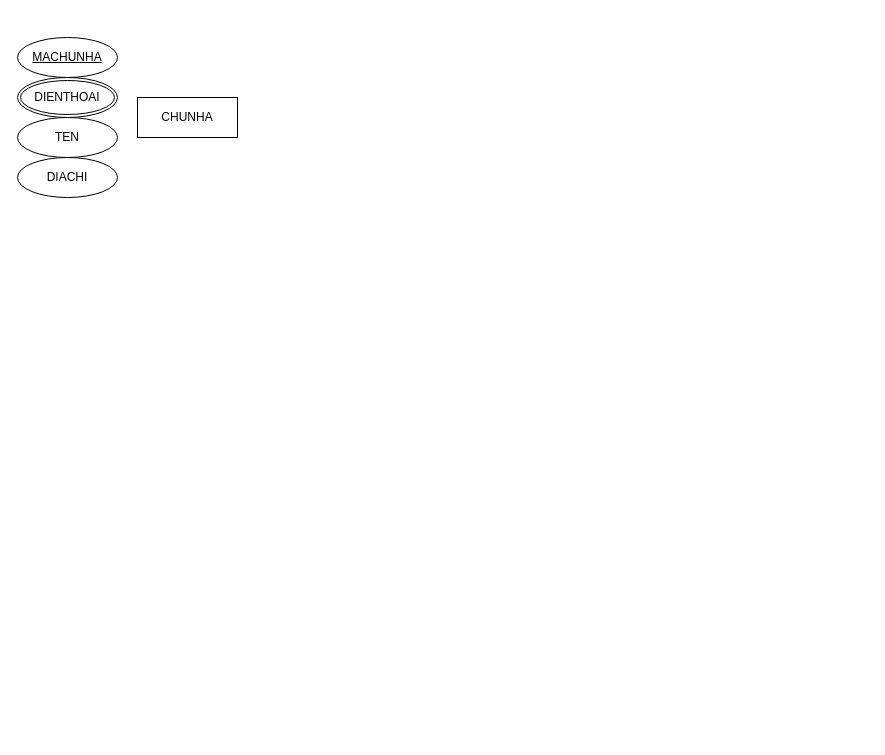
Before: Untitled Diagram.drawio in tu-leminh/Socket, a draw.io diagram. Source tidied: cells renumbered, new cells numbered last; positions are measured from the earlier drawing's top-left corner, leaving out a move shared by most shapes. Both pictures are drawn from the tidied source at 100%, with x=0, y=0 at pixel (17, 37).
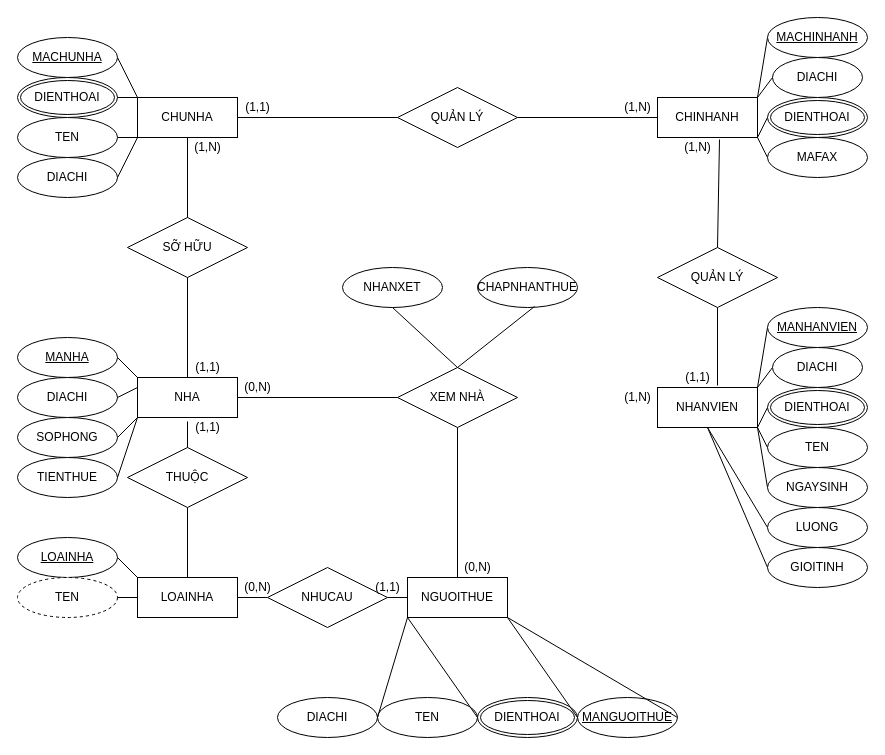
The same page after the edit.

Unchanged cells that the change refers to:
```xml
<mxCell id="2" value="&lt;div&gt;CHUNHA&lt;/div&gt;" style="whiteSpace=wrap;html=1;align=center;" parent="1" vertex="1">
  <mxGeometry x="120" y="60" width="100" height="40" as="geometry" />
</mxCell>
<mxCell id="3" value="MACHUNHA" style="ellipse;whiteSpace=wrap;html=1;align=center;fontStyle=4;" parent="1" vertex="1">
  <mxGeometry width="100" height="40" as="geometry" />
</mxCell>
<mxCell id="4" value="DIACHI" style="ellipse;whiteSpace=wrap;html=1;align=center;" parent="1" vertex="1">
  <mxGeometry y="120" width="100" height="40" as="geometry" />
</mxCell>
<mxCell id="5" value="TEN" style="ellipse;whiteSpace=wrap;html=1;align=center;" parent="1" vertex="1">
  <mxGeometry y="80" width="100" height="40" as="geometry" />
</mxCell>
<mxCell id="6" value="&lt;div&gt;DIENTHOAI&lt;/div&gt;" style="ellipse;shape=doubleEllipse;margin=3;whiteSpace=wrap;html=1;align=center;" parent="1" vertex="1">
  <mxGeometry y="40" width="100" height="40" as="geometry" />
</mxCell>
```

What changed in the source:
```diff
@@
+    <mxCell id="7" style="endArrow=none;html=1;rounded=0;exitX=1;exitY=0.5;exitDx=0;exitDy=0;entryX=0;entryY=0;entryDx=0;entryDy=0;" parent="1" edge="1" source="3" target="2">
+      <mxGeometry relative="1" as="geometry" />
+    </mxCell>
+    <mxCell id="8" style="endArrow=none;html=1;rounded=0;exitX=1;exitY=0.5;exitDx=0;exitDy=0;" parent="1" edge="1" source="4">
+      <mxGeometry relative="1" as="geometry">
+        <mxPoint x="120" y="100" as="targetPoint" />
+      </mxGeometry>
+    </mxCell>
+    <mxCell id="9" style="endArrow=none;html=1;rounded=0;exitX=1;exitY=0.5;exitDx=0;exitDy=0;entryX=0;entryY=1;entryDx=0;entryDy=0;" parent="1" edge="1" source="5" target="2">
+      <mxGeometry relative="1" as="geometry" />
+    </mxCell>
+    <mxCell id="10" style="endArrow=none;html=1;rounded=0;exitX=1;exitY=0.5;exitDx=0;exitDy=0;entryX=0;entryY=0;entryDx=0;entryDy=0;" parent="1" edge="1" source="6" target="2">
+      <mxGeometry relative="1" as="geometry" />
+    </mxCell>
+    <mxCell id="11" value="NHA" style="whiteSpace=wrap;html=1;align=center;" parent="1" vertex="1">
+      <mxGeometry x="120" y="340" width="100" height="40" as="geometry" />
+    </mxCell>
+    <mxCell id="12" value="MANHA" style="ellipse;whiteSpace=wrap;html=1;align=center;fontStyle=4;" parent="1" vertex="1">
+      <mxGeometry y="300" width="100" height="40" as="geometry" />
+    </mxCell>
+    <mxCell id="13" value="DIACHI" style="ellipse;whiteSpace=wrap;html=1;align=center;" parent="1" vertex="1">
+      <mxGeometry y="340" width="100" height="40" as="geometry" />
+    </mxCell>
+    <mxCell id="14" value="SOPHONG" style="ellipse;whiteSpace=wrap;html=1;align=center;" parent="1" vertex="1">
+      <mxGeometry y="380" width="100" height="40" as="geometry" />
+    </mxCell>
+    <mxCell id="15" value="&lt;div&gt;TIENTHUE&lt;/div&gt;" style="ellipse;whiteSpace=wrap;html=1;align=center;" parent="1" vertex="1">
+      <mxGeometry y="420" width="100" height="40" as="geometry" />
+    </mxCell>
+    <mxCell id="16" style="endArrow=none;html=1;rounded=0;exitX=1;exitY=0.5;exitDx=0;exitDy=0;entryX=0;entryY=1;entryDx=0;entryDy=0;" parent="1" edge="1" source="15" target="11">
+      <mxGeometry relative="1" as="geometry" />
+    </mxCell>
+    <mxCell id="17" style="endArrow=none;html=1;rounded=0;exitX=1;exitY=0.5;exitDx=0;exitDy=0;entryX=0;entryY=1;entryDx=0;entryDy=0;" parent="1" edge="1" source="14" target="11">
+      <mxGeometry relative="1" as="geometry" />
+    </mxCell>
+    <mxCell id="18" style="endArrow=none;html=1;rounded=0;exitX=1;exitY=0.5;exitDx=0;exitDy=0;entryX=0;entryY=0.25;entryDx=0;entryDy=0;" parent="1" edge="1" source="13" target="11">
+      <mxGeometry relative="1" as="geometry" />
+    </mxCell>
+    <mxCell id="19" style="endArrow=none;html=1;rounded=0;exitX=1;exitY=0.5;exitDx=0;exitDy=0;entryX=0;entryY=0;entryDx=0;entryDy=0;" parent="1" edge="1" source="12" target="11">
+      <mxGeometry relative="1" as="geometry" />
+    </mxCell>
+    <mxCell id="20" value="SỠ HỮU" style="shape=rhombus;perimeter=rhombusPerimeter;whiteSpace=wrap;html=1;align=center;" parent="1" vertex="1">
+      <mxGeometry x="110" y="180" width="120" height="60" as="geometry" />
+    </mxCell>
+    <mxCell id="21" style="endArrow=none;html=1;rounded=0;exitX=0.5;exitY=0;exitDx=0;exitDy=0;entryX=0.5;entryY=1;entryDx=0;entryDy=0;" parent="1" edge="1" source="20" target="2">
+      <mxGeometry relative="1" as="geometry" />
+    </mxCell>
+    <mxCell id="22" value="&lt;div&gt;(1,N)&lt;/div&gt;" style="text;html=1;align=center;verticalAlign=middle;strokeColor=none;" parent="1" vertex="1">
+      <mxGeometry x="170" y="100" width="40" height="20" as="geometry" />
+    </mxCell>
+    <mxCell id="23" style="endArrow=none;html=1;rounded=0;exitX=0.5;exitY=1;exitDx=0;exitDy=0;" parent="1" edge="1" source="20" target="11">
+      <mxGeometry relative="1" as="geometry" />
+    </mxCell>
+    <mxCell id="24" value="&lt;div&gt;(1,1)&lt;/div&gt;" style="text;html=1;align=center;verticalAlign=middle;strokeColor=none;" parent="1" vertex="1">
+      <mxGeometry x="170" y="320" width="40" height="20" as="geometry" />
+    </mxCell>
+    <mxCell id="25" style="endArrow=none;html=1;rounded=0;exitX=1;exitY=0.5;exitDx=0;exitDy=0;entryX=0;entryY=0;entryDx=0;entryDy=0;" parent="1" edge="1" source="33" target="29">
+      <mxGeometry relative="1" as="geometry" />
+    </mxCell>
+    <mxCell id="26" style="endArrow=none;html=1;rounded=0;exitX=1;exitY=0.5;exitDx=0;exitDy=0;entryX=0;entryY=1;entryDx=0;entryDy=0;" parent="1" edge="1" source="32" target="29">
+      <mxGeometry relative="1" as="geometry" />
+    </mxCell>
+    <mxCell id="27" style="endArrow=none;html=1;rounded=0;exitX=1;exitY=0.5;exitDx=0;exitDy=0;entryX=0;entryY=0;entryDx=0;entryDy=0;" parent="1" edge="1" source="31" target="29">
+      <mxGeometry relative="1" as="geometry" />
+    </mxCell>
+    <mxCell id="28" style="endArrow=none;html=1;rounded=0;exitX=1;exitY=0.5;exitDx=0;exitDy=0;entryX=0;entryY=1;entryDx=0;entryDy=0;" parent="1" edge="1" source="30" target="29">
+      <mxGeometry relative="1" as="geometry" />
+    </mxCell>
+    <mxCell id="29" value="CHINHANH" style="whiteSpace=wrap;html=1;align=center;direction=west;" parent="1" vertex="1">
+      <mxGeometry x="640" y="60" width="100" height="40" as="geometry" />
+    </mxCell>
+    <mxCell id="30" value="MACHINHANH" style="ellipse;whiteSpace=wrap;html=1;align=center;fontStyle=4;direction=west;" parent="1" vertex="1">
+      <mxGeometry x="750" y="-20" width="100" height="40" as="geometry" />
+    </mxCell>
+    <mxCell id="31" value="&lt;div&gt;DIENTHOAI&lt;/div&gt;" style="ellipse;shape=doubleEllipse;margin=3;whiteSpace=wrap;html=1;align=center;direction=west;" parent="1" vertex="1">
+      <mxGeometry x="750" y="60" width="100" height="40" as="geometry" />
+    </mxCell>
+    <mxCell id="32" value="&lt;div&gt;DIACHI&lt;/div&gt;" style="ellipse;whiteSpace=wrap;html=1;align=center;direction=west;" parent="1" vertex="1">
+      <mxGeometry x="755" y="20" width="90" height="40" as="geometry" />
+    </mxCell>
+    <mxCell id="33" value="MAFAX" style="ellipse;whiteSpace=wrap;html=1;align=center;direction=west;" parent="1" vertex="1">
+      <mxGeometry x="750" y="100" width="100" height="40" as="geometry" />
+    </mxCell>
+    <mxCell id="34" value="QUẢN LÝ" style="shape=rhombus;perimeter=rhombusPerimeter;whiteSpace=wrap;html=1;align=center;" parent="1" vertex="1">
+      <mxGeometry x="380" y="50" width="120" height="60" as="geometry" />
+    </mxCell>
+    <mxCell id="35" style="endArrow=none;html=1;rounded=0;exitX=1;exitY=0.5;exitDx=0;exitDy=0;" parent="1" edge="1" source="2" target="34">
+      <mxGeometry relative="1" as="geometry" />
+    </mxCell>
+    <mxCell id="36" style="endArrow=none;html=1;rounded=0;exitX=1;exitY=0.5;exitDx=0;exitDy=0;" parent="1" edge="1" source="34" target="29">
+      <mxGeometry relative="1" as="geometry" />
+    </mxCell>
+    <mxCell id="37" value="(1,1)" style="text;html=1;align=center;verticalAlign=middle;strokeColor=none;" parent="1" vertex="1">
+      <mxGeometry x="220" y="60" width="40" height="20" as="geometry" />
+    </mxCell>
+    <mxCell id="38" value="(1,N)" style="text;html=1;align=center;verticalAlign=middle;strokeColor=none;" parent="1" vertex="1">
+      <mxGeometry x="600" y="60" width="40" height="20" as="geometry" />
+    </mxCell>
+    <mxCell id="39" style="endArrow=none;html=1;rounded=0;exitX=1;exitY=0.5;exitDx=0;exitDy=0;entryX=0;entryY=0;entryDx=0;entryDy=0;" parent="1" edge="1" source="47" target="43">
+      <mxGeometry relative="1" as="geometry" />
+    </mxCell>
+    <mxCell id="40" style="endArrow=none;html=1;rounded=0;exitX=1;exitY=0.5;exitDx=0;exitDy=0;entryX=0;entryY=1;entryDx=0;entryDy=0;" parent="1" edge="1" source="46" target="43">
+      <mxGeometry relative="1" as="geometry" />
+    </mxCell>
+    <mxCell id="41" style="endArrow=none;html=1;rounded=0;exitX=1;exitY=0.5;exitDx=0;exitDy=0;entryX=0;entryY=0;entryDx=0;entryDy=0;" parent="1" edge="1" source="45" target="43">
+      <mxGeometry relative="1" as="geometry" />
+    </mxCell>
+    <mxCell id="42" style="endArrow=none;html=1;rounded=0;exitX=1;exitY=0.5;exitDx=0;exitDy=0;entryX=0;entryY=1;entryDx=0;entryDy=0;" parent="1" edge="1" source="44" target="43">
+      <mxGeometry relative="1" as="geometry" />
+    </mxCell>
+    <mxCell id="43" value="NHANVIEN" style="whiteSpace=wrap;html=1;align=center;direction=west;" parent="1" vertex="1">
+      <mxGeometry x="640" y="350" width="100" height="40" as="geometry" />
+    </mxCell>
+    <mxCell id="44" value="MANHANVIEN" style="ellipse;whiteSpace=wrap;html=1;align=center;fontStyle=4;direction=west;" parent="1" vertex="1">
+      <mxGeometry x="750" y="270" width="100" height="40" as="geometry" />
+    </mxCell>
+    <mxCell id="45" value="&lt;div&gt;DIENTHOAI&lt;/div&gt;" style="ellipse;shape=doubleEllipse;margin=3;whiteSpace=wrap;html=1;align=center;direction=west;" parent="1" vertex="1">
+      <mxGeometry x="750" y="350" width="100" height="40" as="geometry" />
+    </mxCell>
+    <mxCell id="46" value="&lt;div&gt;DIACHI&lt;/div&gt;" style="ellipse;whiteSpace=wrap;html=1;align=center;direction=west;" parent="1" vertex="1">
+      <mxGeometry x="755" y="310" width="90" height="40" as="geometry" />
+    </mxCell>
+    <mxCell id="47" value="TEN" style="ellipse;whiteSpace=wrap;html=1;align=center;direction=west;" parent="1" vertex="1">
+      <mxGeometry x="750" y="390" width="100" height="40" as="geometry" />
+    </mxCell>
+    <mxCell id="48" value="(1,N)" style="text;html=1;align=center;verticalAlign=middle;strokeColor=none;" parent="1" vertex="1">
+      <mxGeometry x="600" y="350" width="40" height="20" as="geometry" />
+    </mxCell>
+    <mxCell id="49" style="endArrow=none;html=1;rounded=0;exitX=1;exitY=0.5;exitDx=0;exitDy=0;entryX=0;entryY=0;entryDx=0;entryDy=0;" parent="1" edge="1" source="50" target="43">
+      <mxGeometry relative="1" as="geometry" />
+    </mxCell>
+    <mxCell id="50" value="&lt;div&gt;NGAYSINH&lt;/div&gt;" style="ellipse;whiteSpace=wrap;html=1;align=center;direction=west;" parent="1" vertex="1">
+      <mxGeometry x="750" y="430" width="100" height="40" as="geometry" />
+    </mxCell>
+    <mxCell id="51" style="endArrow=none;html=1;rounded=0;exitX=1;exitY=0.5;exitDx=0;exitDy=0;entryX=0.5;entryY=0;entryDx=0;entryDy=0;" parent="1" edge="1" source="52" target="43">
+      <mxGeometry relative="1" as="geometry" />
+    </mxCell>
+    <mxCell id="52" value="LUONG" style="ellipse;whiteSpace=wrap;html=1;align=center;direction=west;" parent="1" vertex="1">
+      <mxGeometry x="750" y="470" width="100" height="40" as="geometry" />
+    </mxCell>
+    <mxCell id="53" style="endArrow=none;html=1;rounded=0;exitX=1;exitY=0.5;exitDx=0;exitDy=0;" parent="1" edge="1" source="54">
+      <mxGeometry relative="1" as="geometry">
+        <mxPoint x="690" y="390" as="targetPoint" />
+      </mxGeometry>
+    </mxCell>
+    <mxCell id="54" value="GIOITINH" style="ellipse;whiteSpace=wrap;html=1;align=center;direction=west;" parent="1" vertex="1">
+      <mxGeometry x="750" y="510" width="100" height="40" as="geometry" />
+    </mxCell>
+    <mxCell id="55" value="QUẢN LÝ" style="shape=rhombus;perimeter=rhombusPerimeter;whiteSpace=wrap;html=1;align=center;" parent="1" vertex="1">
+      <mxGeometry x="640" y="210" width="120" height="60" as="geometry" />
+    </mxCell>
+    <mxCell id="56" style="endArrow=none;html=1;rounded=0;exitX=0.4;exitY=1.05;exitDx=0;exitDy=0;exitPerimeter=0;" parent="1" edge="1" source="43" target="55">
+      <mxGeometry relative="1" as="geometry" />
+    </mxCell>
+    <mxCell id="57" style="endArrow=none;html=1;rounded=0;exitX=0.5;exitY=0;exitDx=0;exitDy=0;" parent="1" edge="1" source="55">
+      <mxGeometry relative="1" as="geometry">
+        <mxPoint x="702" y="102" as="targetPoint" />
+      </mxGeometry>
+    </mxCell>
+    <mxCell id="58" value="(1,1)" style="text;html=1;align=center;verticalAlign=middle;strokeColor=none;" parent="1" vertex="1">
+      <mxGeometry x="660" y="330" width="40" height="20" as="geometry" />
+    </mxCell>
+    <mxCell id="59" value="(1,N)" style="text;html=1;align=center;verticalAlign=middle;strokeColor=none;" parent="1" vertex="1">
+      <mxGeometry x="660" y="100" width="40" height="20" as="geometry" />
+    </mxCell>
+    <mxCell id="60" value="LOAINHA" style="whiteSpace=wrap;html=1;align=center;" parent="1" vertex="1">
+      <mxGeometry x="120" y="540" width="100" height="40" as="geometry" />
+    </mxCell>
+    <mxCell id="61" value="LOAINHA" style="ellipse;whiteSpace=wrap;html=1;align=center;fontStyle=4;" parent="1" vertex="1">
+      <mxGeometry y="500" width="100" height="40" as="geometry" />
+    </mxCell>
+    <mxCell id="62" style="endArrow=none;html=1;rounded=0;exitX=1;exitY=0.5;exitDx=0;exitDy=0;entryX=0;entryY=0;entryDx=0;entryDy=0;" parent="1" edge="1" source="61">
+      <mxGeometry relative="1" as="geometry">
+        <mxPoint x="120" y="540" as="targetPoint" />
+      </mxGeometry>
+    </mxCell>
+    <mxCell id="63" value="TEN" style="ellipse;whiteSpace=wrap;html=1;align=center;dashed=1;" parent="1" vertex="1">
+      <mxGeometry y="540" width="100" height="40" as="geometry" />
+    </mxCell>
+    <mxCell id="64" style="endArrow=none;html=1;rounded=0;exitX=1;exitY=0.5;exitDx=0;exitDy=0;entryX=0;entryY=0.5;entryDx=0;entryDy=0;" parent="1" edge="1" source="63" target="60">
+      <mxGeometry relative="1" as="geometry" />
+    </mxCell>
+    <mxCell id="65" value="THUỘC" style="shape=rhombus;perimeter=rhombusPerimeter;whiteSpace=wrap;html=1;align=center;" parent="1" vertex="1">
+      <mxGeometry x="110" y="410" width="120" height="60" as="geometry" />
+    </mxCell>
+    <mxCell id="66" style="endArrow=none;html=1;rounded=0;entryX=0;entryY=0.2;entryDx=0;entryDy=0;entryPerimeter=0;" parent="1" edge="1" target="67">
+      <mxGeometry relative="1" as="geometry">
+        <mxPoint x="170" y="410" as="sourcePoint" />
+      </mxGeometry>
+    </mxCell>
+    <mxCell id="67" value="&lt;div&gt;(1,1)&lt;/div&gt;" style="text;html=1;align=center;verticalAlign=middle;points=[];strokeColor=none;" parent="1" vertex="1">
+      <mxGeometry x="170" y="380" width="40" height="20" as="geometry" />
+    </mxCell>
+    <mxCell id="68" style="endArrow=none;html=1;rounded=0;exitX=0.5;exitY=1;exitDx=0;exitDy=0;" parent="1" edge="1" source="65">
+      <mxGeometry relative="1" as="geometry">
+        <mxPoint x="170" y="540" as="targetPoint" />
+      </mxGeometry>
+    </mxCell>
+    <mxCell id="69" value="&lt;div&gt;(0,N)&lt;/div&gt;" style="text;html=1;align=center;verticalAlign=middle;strokeColor=none;" parent="1" vertex="1">
+      <mxGeometry x="440" y="520" width="40" height="20" as="geometry" />
+    </mxCell>
+    <mxCell id="70" value="NGUOITHUE" style="whiteSpace=wrap;html=1;align=center;" parent="1" vertex="1">
+      <mxGeometry x="390" y="540" width="100" height="40" as="geometry" />
+    </mxCell>
+    <mxCell id="71" value="MANGUOITHUE" style="ellipse;whiteSpace=wrap;html=1;align=center;fontStyle=4;" parent="1" vertex="1">
+      <mxGeometry x="560" y="660" width="100" height="40" as="geometry" />
+    </mxCell>
+    <mxCell id="72" value="DIACHI" style="ellipse;whiteSpace=wrap;html=1;align=center;" parent="1" vertex="1">
+      <mxGeometry x="260" y="660" width="100" height="40" as="geometry" />
+    </mxCell>
+    <mxCell id="73" value="TEN" style="ellipse;whiteSpace=wrap;html=1;align=center;" parent="1" vertex="1">
+      <mxGeometry x="360" y="660" width="100" height="40" as="geometry" />
+    </mxCell>
+    <mxCell id="74" value="&lt;div&gt;DIENTHOAI&lt;/div&gt;" style="ellipse;shape=doubleEllipse;margin=3;whiteSpace=wrap;html=1;align=center;" parent="1" vertex="1">
+      <mxGeometry x="460" y="660" width="100" height="40" as="geometry" />
+    </mxCell>
+    <mxCell id="75" style="endArrow=none;html=1;rounded=0;exitX=1;exitY=0.5;exitDx=0;exitDy=0;entryX=1;entryY=1;entryDx=0;entryDy=0;" parent="1" edge="1" source="71" target="70">
+      <mxGeometry relative="1" as="geometry" />
+    </mxCell>
+    <mxCell id="76" style="endArrow=none;html=1;rounded=0;exitX=1;exitY=0.5;exitDx=0;exitDy=0;" parent="1" edge="1" source="72">
+      <mxGeometry relative="1" as="geometry">
+        <mxPoint x="390" y="580" as="targetPoint" />
+      </mxGeometry>
+    </mxCell>
+    <mxCell id="77" style="endArrow=none;html=1;rounded=0;exitX=1;exitY=0.5;exitDx=0;exitDy=0;entryX=0;entryY=1;entryDx=0;entryDy=0;" parent="1" edge="1" source="73" target="70">
+      <mxGeometry relative="1" as="geometry" />
+    </mxCell>
+    <mxCell id="78" style="endArrow=none;html=1;rounded=0;exitX=1;exitY=0.5;exitDx=0;exitDy=0;entryX=1;entryY=1;entryDx=0;entryDy=0;" parent="1" edge="1" source="74" target="70">
+      <mxGeometry relative="1" as="geometry" />
+    </mxCell>
+    <mxCell id="79" value="NHUCAU" style="shape=rhombus;perimeter=rhombusPerimeter;whiteSpace=wrap;html=1;align=center;" parent="1" vertex="1">
+      <mxGeometry x="250" y="530" width="120" height="60" as="geometry" />
+    </mxCell>
+    <mxCell id="80" style="endArrow=none;html=1;rounded=0;exitX=1;exitY=0.5;exitDx=0;exitDy=0;entryX=0;entryY=0.5;entryDx=0;entryDy=0;" parent="1" edge="1" source="60" target="79">
+      <mxGeometry relative="1" as="geometry" />
+    </mxCell>
+    <mxCell id="81" style="endArrow=none;html=1;rounded=0;exitX=1;exitY=0.5;exitDx=0;exitDy=0;entryX=0;entryY=0.5;entryDx=0;entryDy=0;" parent="1" edge="1" source="79" target="70">
+      <mxGeometry relative="1" as="geometry" />
+    </mxCell>
+    <mxCell id="82" value="&lt;div&gt;(1,1)&lt;/div&gt;" style="text;html=1;align=center;verticalAlign=middle;strokeColor=none;" parent="1" vertex="1">
+      <mxGeometry x="350" y="540" width="40" height="20" as="geometry" />
+    </mxCell>
+    <mxCell id="83" value="XEM NHÀ" style="shape=rhombus;perimeter=rhombusPerimeter;whiteSpace=wrap;html=1;align=center;" parent="1" vertex="1">
+      <mxGeometry x="380" y="330" width="120" height="60" as="geometry" />
+    </mxCell>
+    <mxCell id="84" style="endArrow=none;html=1;rounded=0;entryX=0.5;entryY=0;entryDx=0;entryDy=0;exitX=0.5;exitY=1;exitDx=0;exitDy=0;" parent="1" edge="1" source="83" target="70">
+      <mxGeometry relative="1" as="geometry" />
+    </mxCell>
+    <mxCell id="85" style="endArrow=none;html=1;rounded=0;exitX=1;exitY=0.5;exitDx=0;exitDy=0;entryX=0;entryY=0.5;entryDx=0;entryDy=0;" parent="1" edge="1" source="11" target="83">
+      <mxGeometry relative="1" as="geometry" />
+    </mxCell>
+    <mxCell id="86" value="&lt;div&gt;(0,N)&lt;/div&gt;" style="text;html=1;align=center;verticalAlign=middle;strokeColor=none;" parent="1" vertex="1">
+      <mxGeometry x="220" y="540" width="40" height="20" as="geometry" />
+    </mxCell>
+    <mxCell id="87" value="&lt;div&gt;(0,N)&lt;/div&gt;" style="text;html=1;align=center;verticalAlign=middle;strokeColor=none;" parent="1" vertex="1">
+      <mxGeometry x="220" y="340" width="40" height="20" as="geometry" />
+    </mxCell>
+    <mxCell id="88" value="CHAPNHANTHUE" style="ellipse;whiteSpace=wrap;html=1;align=center;" parent="1" vertex="1">
+      <mxGeometry x="460" y="230" width="100" height="40" as="geometry" />
+    </mxCell>
+    <mxCell id="89" value="NHANXET" style="ellipse;whiteSpace=wrap;html=1;align=center;" parent="1" vertex="1">
+      <mxGeometry x="325" y="230" width="100" height="40" as="geometry" />
+    </mxCell>
+    <mxCell id="90" style="endArrow=none;html=1;rounded=0;exitX=0.57;exitY=0.975;exitDx=0;exitDy=0;exitPerimeter=0;entryX=0.5;entryY=0;entryDx=0;entryDy=0;" parent="1" edge="1" source="88" target="83">
+      <mxGeometry relative="1" as="geometry" />
+    </mxCell>
+    <mxCell id="91" style="endArrow=none;html=1;rounded=0;exitX=0.5;exitY=1;exitDx=0;exitDy=0;entryX=0.5;entryY=0;entryDx=0;entryDy=0;" parent="1" edge="1" source="89" target="83">
+      <mxGeometry relative="1" as="geometry" />
+    </mxCell>
```
